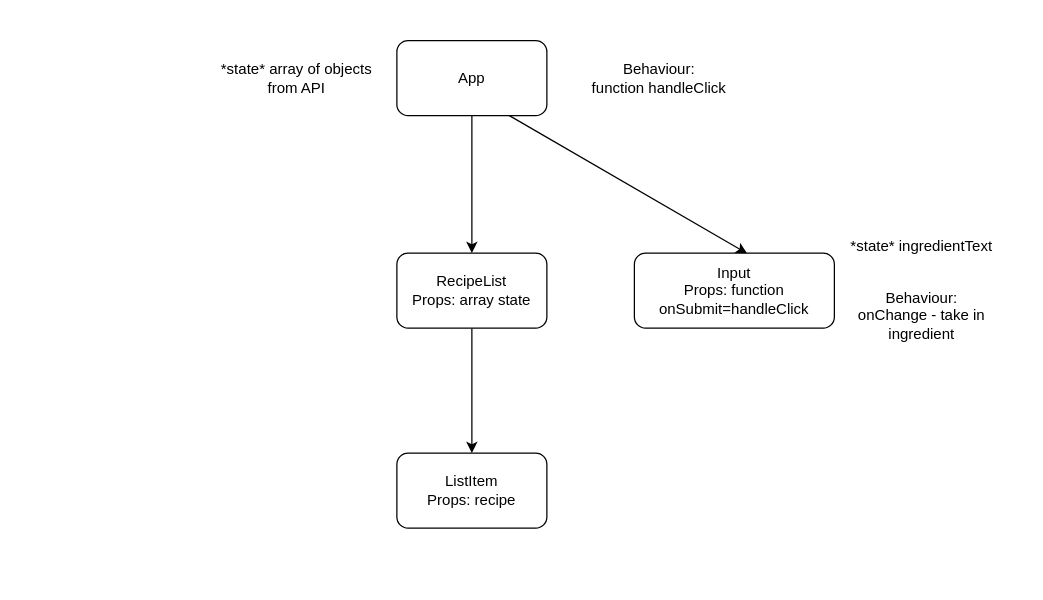
Before: meat_and_potatoes/images/componentTree.drawio in anjiqbal/meat-and-potatoes, a draw.io diagram. Source tidied: cells renumbered, new cells numbered last; positions are measured from the earlier drawing's top-left corner, leaving out a move shared by most shapes. Both pictures are drawn from the tidied source at 125%, with x=0, y=0 at pixel (209, 40).
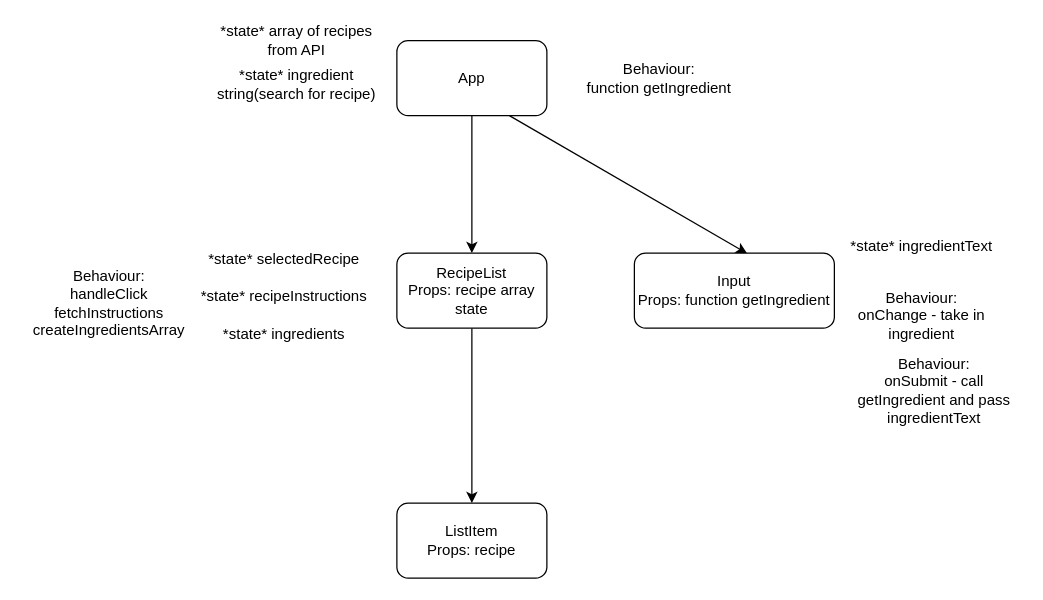
The same diagram, later.

Commit message (it also covers changes not shown here):
updated component tree

What changed in the source:
```diff
@@
 <mxGraphModel>
   <root>
     <mxCell id="0" />
     <mxCell id="1" parent="0" />
     <mxCell id="2" style="edgeStyle=none;html=1;exitX=0.5;exitY=1;exitDx=0;exitDy=0;entryX=0.5;entryY=0;entryDx=0;entryDy=0;" parent="1" edge="1" source="3" target="8">
       <mxGeometry relative="1" as="geometry" />
     </mxCell>
-    <mxCell id="3" value="RecipeList&lt;br&gt;Props: array state" style="rounded=1;whiteSpace=wrap;html=1;" parent="1" vertex="1">
+    <mxCell id="3" value="RecipeList&lt;br&gt;Props: recipe array state" style="rounded=1;whiteSpace=wrap;html=1;" parent="1" vertex="1">
       <mxGeometry x="150" y="170" width="120" height="60" as="geometry" />
     </mxCell>
     <mxCell id="4" style="edgeStyle=none;html=1;exitX=0.5;exitY=1;exitDx=0;exitDy=0;entryX=0.5;entryY=0;entryDx=0;entryDy=0;" parent="1" edge="1" source="6" target="3">
       <mxGeometry relative="1" as="geometry" />
     </mxCell>
     <mxCell id="5" style="edgeStyle=none;html=1;exitX=0.75;exitY=1;exitDx=0;exitDy=0;entryX=0.564;entryY=0.006;entryDx=0;entryDy=0;entryPerimeter=0;" parent="1" edge="1" source="6" target="7">
       <mxGeometry relative="1" as="geometry" />
     </mxCell>
     <mxCell id="6" value="App" style="rounded=1;whiteSpace=wrap;html=1;" parent="1" vertex="1">
       <mxGeometry x="150" width="120" height="60" as="geometry" />
     </mxCell>
-    <mxCell id="7" value="Input&lt;br&gt;Props: function onSubmit=handleClick" style="rounded=1;whiteSpace=wrap;html=1;" parent="1" vertex="1">
+    <mxCell id="7" value="Input&lt;br&gt;Props: function getIngredient" style="rounded=1;whiteSpace=wrap;html=1;" parent="1" vertex="1">
       <mxGeometry x="340" y="170" width="160" height="60" as="geometry" />
     </mxCell>
     <mxCell id="8" value="ListItem&lt;br&gt;Props: recipe" style="rounded=1;whiteSpace=wrap;html=1;" parent="1" vertex="1">
-      <mxGeometry x="150" y="330" width="120" height="60" as="geometry" />
+      <mxGeometry x="150" y="370" width="120" height="60" as="geometry" />
     </mxCell>
-    <mxCell id="9" value="*state* array of objects from API" style="text;html=1;strokeColor=none;fillColor=none;align=center;verticalAlign=middle;whiteSpace=wrap;rounded=0;" parent="1" vertex="1">
-      <mxGeometry y="15" width="140" height="30" as="geometry" />
+    <mxCell id="9" value="*state* array of recipes from API" style="text;html=1;strokeColor=none;fillColor=none;align=center;verticalAlign=middle;whiteSpace=wrap;rounded=0;" parent="1" vertex="1">
+      <mxGeometry y="-15" width="140" height="30" as="geometry" />
     </mxCell>
-    <mxCell id="10" value="Behaviour:&lt;br&gt;function handleClick" style="text;html=1;strokeColor=none;fillColor=none;align=center;verticalAlign=middle;whiteSpace=wrap;rounded=0;" parent="1" vertex="1">
+    <mxCell id="10" value="Behaviour:&lt;br&gt;function getIngredient" style="text;html=1;strokeColor=none;fillColor=none;align=center;verticalAlign=middle;whiteSpace=wrap;rounded=0;" parent="1" vertex="1">
       <mxGeometry x="290" y="15" width="140" height="30" as="geometry" />
     </mxCell>
     <mxCell id="11" value="*state* ingredientText" style="text;html=1;strokeColor=none;fillColor=none;align=center;verticalAlign=middle;whiteSpace=wrap;rounded=0;" parent="1" vertex="1">
       <mxGeometry x="500" y="150" width="140" height="30" as="geometry" />
     </mxCell>
     <mxCell id="12" value="Behaviour:&lt;br&gt;onChange - take in ingredient" style="text;html=1;strokeColor=none;fillColor=none;align=center;verticalAlign=middle;whiteSpace=wrap;rounded=0;" parent="1" vertex="1">
       <mxGeometry x="500" y="180" width="140" height="80" as="geometry" />
     </mxCell>
+    <mxCell id="13" value="*state* ingredient string(search for recipe)" style="text;html=1;strokeColor=none;fillColor=none;align=center;verticalAlign=middle;whiteSpace=wrap;rounded=0;" parent="1" vertex="1">
+      <mxGeometry y="20" width="140" height="30" as="geometry" />
+    </mxCell>
+    <mxCell id="14" value="Behaviour:&lt;br&gt;onSubmit - call getIngredient and pass ingredientText" style="text;html=1;strokeColor=none;fillColor=none;align=center;verticalAlign=middle;whiteSpace=wrap;rounded=0;" parent="1" vertex="1">
+      <mxGeometry x="510" y="240" width="140" height="80" as="geometry" />
+    </mxCell>
+    <mxCell id="15" value="*state* selectedRecipe" style="text;html=1;strokeColor=none;fillColor=none;align=center;verticalAlign=middle;whiteSpace=wrap;rounded=0;" parent="1" vertex="1">
+      <mxGeometry x="-10" y="160" width="140" height="30" as="geometry" />
+    </mxCell>
+    <mxCell id="16" value="*state* recipeInstructions" style="text;html=1;strokeColor=none;fillColor=none;align=center;verticalAlign=middle;whiteSpace=wrap;rounded=0;" parent="1" vertex="1">
+      <mxGeometry x="-10" y="190" width="140" height="30" as="geometry" />
+    </mxCell>
+    <mxCell id="17" value="*state* ingredients" style="text;html=1;strokeColor=none;fillColor=none;align=center;verticalAlign=middle;whiteSpace=wrap;rounded=0;" parent="1" vertex="1">
+      <mxGeometry x="-10" y="220" width="140" height="30" as="geometry" />
+    </mxCell>
+    <mxCell id="18" value="Behaviour:&lt;br&gt;handleClick&lt;br&gt;fetchInstructions&lt;br&gt;createIngredientsArray" style="text;html=1;strokeColor=none;fillColor=none;align=center;verticalAlign=middle;whiteSpace=wrap;rounded=0;" parent="1" vertex="1">
+      <mxGeometry x="-150" y="170" width="140" height="80" as="geometry" />
+    </mxCell>
   </root>
 </mxGraphModel>
```
